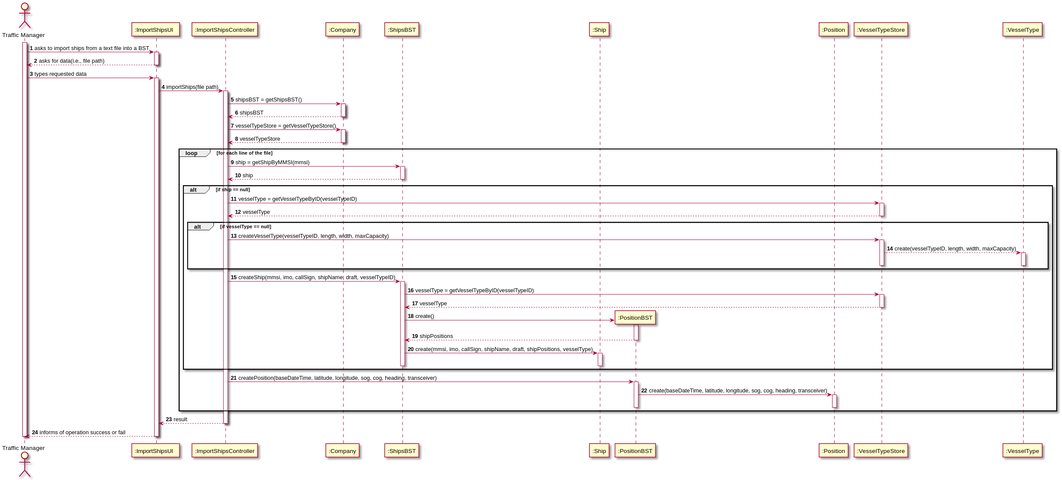
This is docs/US101/US_101_SD.svg from ana-albergaria/LAPR3-ISEP, a PlantUML export, as it was before one commit. Its diagram source:
```plantuml
@startuml
autonumber
actor "Traffic Manager" as TM
participant ":ImportShipsUI  " as UI
participant ":ImportShipsController" as CTRL
participant ":Company" as CMP
participant ":ShipsBST" as SBST
participant ":Ship" as SHIP
participant ":PositionBST" as PBST
participant ":Position" as POS
participant ":VesselTypeStore" as VTSTR
participant ":VesselType" as VT

activate TM
TM -> UI : asks to import ships from a text file into a BST
activate UI
UI --> TM : asks for data(i.e., file path)
deactivate UI

TM -> UI : types requested data
activate UI
UI -> CTRL : importShips(file path)
activate CTRL
CTRL -> CMP : shipsBST = getShipsBST()
activate CMP
CMP --> CTRL : shipsBST
deactivate CMP
CTRL -> CMP : vesselTypeStore = getVesselTypeStore()
activate CMP
CMP --> CTRL : vesselTypeStore
deactivate CMP
loop for each line of the file
CTRL -> SBST : ship = getShipByMMSI(mmsi)
activate SBST
SBST --> CTRL : ship
deactivate SBST
alt if ship == null
CTRL -> VTSTR : vesselType = getVesselTypeByID(vesselTypeID)
activate VTSTR
VTSTR --> CTRL : vesselType
deactivate VTSTR
alt if vesselType == null
CTRL -> VTSTR : createVesselType(vesselTypeID, length, width, maxCapacity)
activate VTSTR
VTSTR --> VT : create(vesselTypeID, length, width, maxCapacity)
activate VT
deactivate VT
deactivate VTSTR
end
CTRL -> SBST : createShip(mmsi, imo, callSign, shipName, draft, vesselTypeID)
activate SBST
SBST -> VTSTR : vesselType = getVesselTypeByID(vesselTypeID)
activate VTSTR
VTSTR --> SBST : vesselType
deactivate VTSTR
SBST -> PBST** : create()
activate PBST
PBST --> SBST : shipPositions
deactivate PBST
SBST -> SHIP : create(mmsi, imo, callSign, shipName, draft, shipPositions, vesselType)
activate SHIP
deactivate SHIP
deactivate SBST
end
CTRL -> PBST : createPosition(baseDateTime, latitude, longitude, sog, cog, heading, transceiver)
activate PBST
PBST -> POS : create(baseDateTime, latitude, longitude, sog, cog, heading, transceiver)
activate POS
deactivate POS
deactivate PBST
end
CTRL --> UI : result
deactivate CTRL
UI --> TM : informs of operation success or fail
deactivate UI
deactivate TM

@enduml
```
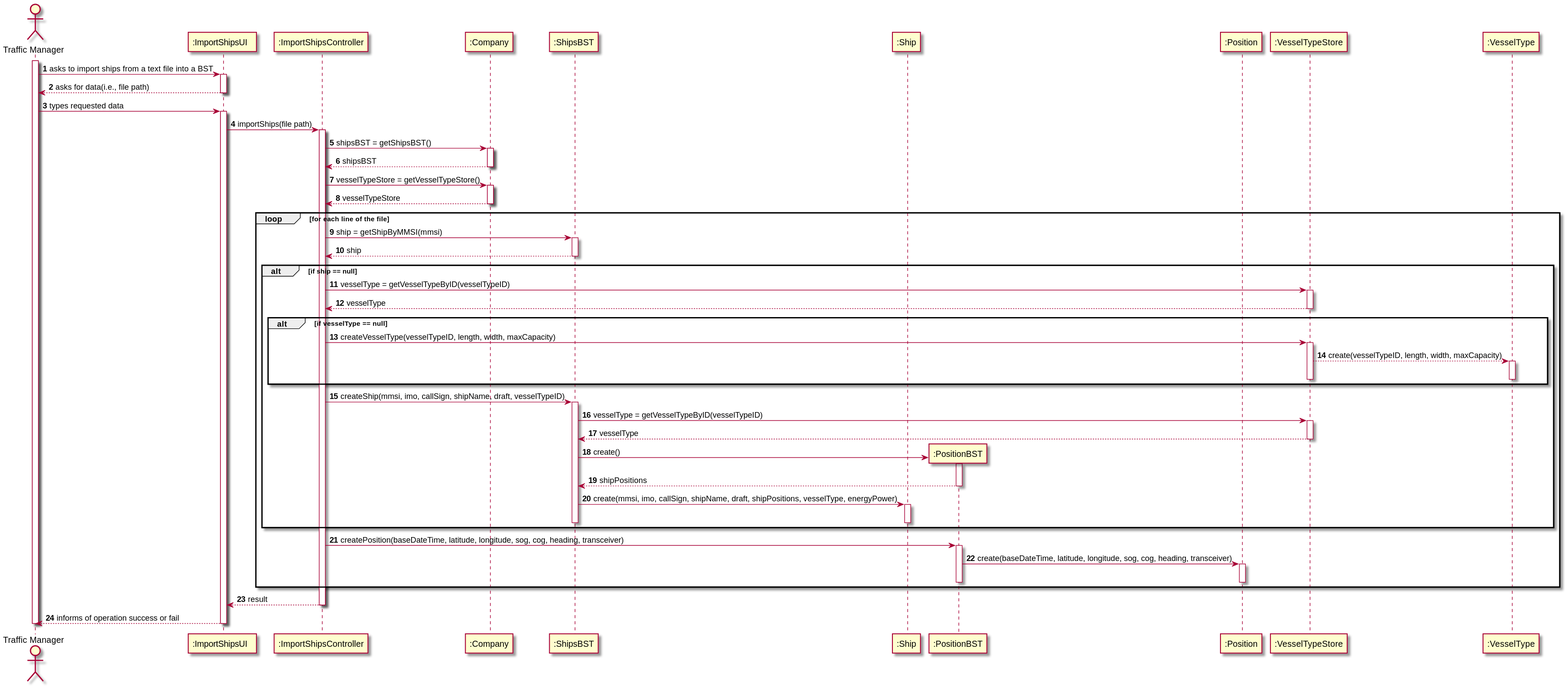
Above is the later version.

Diff of the diagram source:
```diff
@@ -10,6 +10,7 @@
 participant ":Position" as POS
 participant ":VesselTypeStore" as VTSTR
 participant ":VesselType" as VT
+
 
 activate TM
 TM -> UI : asks to import ships from a text file into a BST
@@ -57,7 +58,7 @@
 activate PBST
 PBST --> SBST : shipPositions
 deactivate PBST
-SBST -> SHIP : create(mmsi, imo, callSign, shipName, draft, shipPositions, vesselType)
+SBST -> SHIP : create(mmsi, imo, callSign, shipName, draft, shipPositions, vesselType, energyPower)
 activate SHIP
 deactivate SHIP
 deactivate SBST
```
